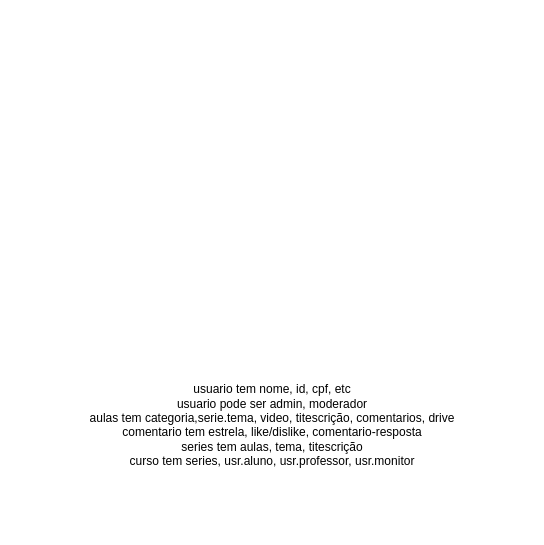
Earlier version of the draw.io diagram Untitled Diagram.drawio (douglas-terra/r1). Source tidied: cells renumbered, new cells numbered last; positions are measured from the earlier drawing's top-left corner, leaving out a move shared by most shapes. Both pictures are drawn from the tidied source at 100%, with x=0, y=0 at pixel (17, 337).
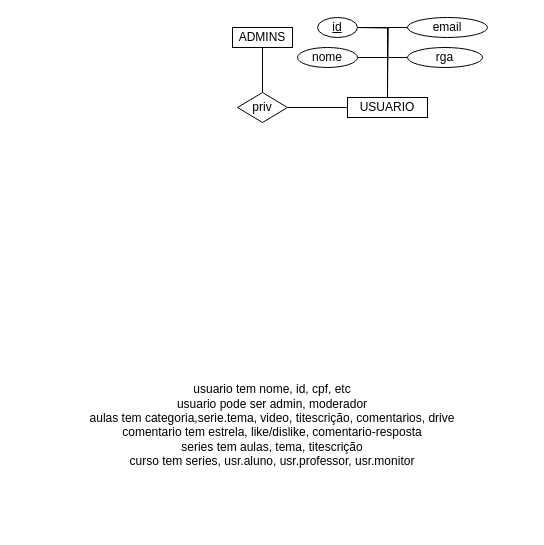
The same diagram, later.

Commit message:
aprendendo a salvar ainda...

Change to the diagram source:
```diff
@@
+    <mxCell id="3" style="edgeStyle=orthogonalEdgeStyle;rounded=0;jettySize=auto;html=1;exitX=0;exitY=0.5;exitDx=0;exitDy=0;entryX=1;entryY=0.5;entryDx=0;entryDy=0;endArrow=none;endFill=0;" parent="1" edge="1" source="4" target="16">
+      <mxGeometry relative="1" as="geometry" />
+    </mxCell>
+    <mxCell id="4" value="USUARIO" style="rounded=0;whiteSpace=wrap;html=1;" parent="1" vertex="1">
+      <mxGeometry x="330" y="-240" width="80" height="20" as="geometry" />
+    </mxCell>
+    <mxCell id="5" style="edgeStyle=orthogonalEdgeStyle;rounded=0;jettySize=auto;html=1;endArrow=none;endFill=0;exitX=1;exitY=0.5;exitDx=0;exitDy=0;" parent="1" edge="1" source="6">
+      <mxGeometry relative="1" as="geometry">
+        <mxPoint x="370" y="-240" as="targetPoint" />
+        <Array as="points">
+          <mxPoint x="370" y="-280" />
+        </Array>
+      </mxGeometry>
+    </mxCell>
+    <mxCell id="6" value="nome" style="ellipse;whiteSpace=wrap;html=1;" parent="1" vertex="1">
+      <mxGeometry x="280" y="-290" width="60" height="20" as="geometry" />
+    </mxCell>
+    <mxCell id="7" style="edgeStyle=orthogonalEdgeStyle;rounded=0;orthogonalLoop=1;jettySize=auto;html=1;endArrow=none;endFill=0;" parent="1" edge="1">
+      <mxGeometry relative="1" as="geometry">
+        <mxPoint x="340" y="-310" as="sourcePoint" />
+        <mxPoint x="370" y="-270" as="targetPoint" />
+      </mxGeometry>
+    </mxCell>
+    <mxCell id="8" style="edgeStyle=orthogonalEdgeStyle;rounded=0;jettySize=auto;html=1;endArrow=none;endFill=0;" parent="1" edge="1" source="9">
+      <mxGeometry relative="1" as="geometry">
+        <mxPoint x="370" y="-250" as="targetPoint" />
+      </mxGeometry>
+    </mxCell>
+    <mxCell id="9" value="email" style="ellipse;whiteSpace=wrap;html=1;" parent="1" vertex="1">
+      <mxGeometry x="390" y="-320" width="80" height="20" as="geometry" />
+    </mxCell>
+    <mxCell id="10" style="edgeStyle=orthogonalEdgeStyle;rounded=0;jettySize=auto;html=1;endArrow=none;endFill=0;entryX=0.5;entryY=0;entryDx=0;entryDy=0;exitX=0;exitY=0.5;exitDx=0;exitDy=0;" parent="1" edge="1" source="11" target="4">
+      <mxGeometry relative="1" as="geometry" />
+    </mxCell>
+    <mxCell id="11" value="rga" style="ellipse;whiteSpace=wrap;html=1;" parent="1" vertex="1">
+      <mxGeometry x="390" y="-290" width="75" height="20" as="geometry" />
+    </mxCell>
+    <mxCell id="12" style="edgeStyle=orthogonalEdgeStyle;rounded=0;jettySize=auto;html=1;endArrow=none;endFill=0;" parent="1" edge="1" source="13">
+      <mxGeometry relative="1" as="geometry">
+        <mxPoint x="370" y="-240" as="targetPoint" />
+      </mxGeometry>
+    </mxCell>
+    <mxCell id="13" value="id" style="ellipse;whiteSpace=wrap;html=1;fontStyle=4;" parent="1" vertex="1">
+      <mxGeometry x="300" y="-320" width="40" height="20" as="geometry" />
+    </mxCell>
+    <mxCell id="14" value="ADMINS" style="rounded=0;whiteSpace=wrap;html=1;" parent="1" vertex="1">
+      <mxGeometry x="215" y="-310" width="60" height="20" as="geometry" />
+    </mxCell>
+    <mxCell id="15" style="edgeStyle=orthogonalEdgeStyle;rounded=0;jettySize=auto;html=1;exitX=0.5;exitY=0;exitDx=0;exitDy=0;entryX=0.5;entryY=1;entryDx=0;entryDy=0;endArrow=none;endFill=0;" parent="1" edge="1" source="16" target="14">
+      <mxGeometry relative="1" as="geometry" />
+    </mxCell>
+    <mxCell id="16" value="priv" style="rhombus;whiteSpace=wrap;html=1;" parent="1" vertex="1">
+      <mxGeometry x="220" y="-245" width="50" height="30" as="geometry" />
+    </mxCell>
```
